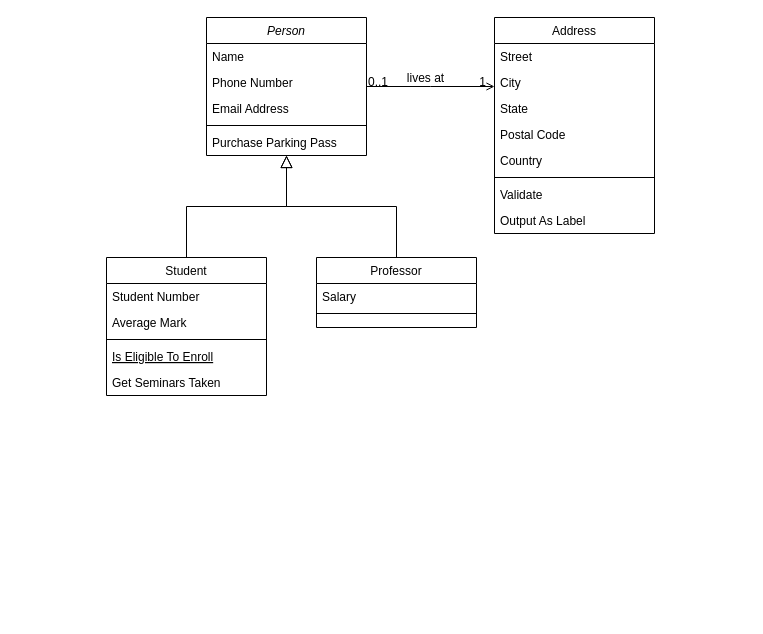
Above: Untitled Diagram.drawio in krivarola/projeto01 (draw.io), before the change. Source tidied: cells renumbered, new cells numbered last; positions are measured from the earlier drawing's top-left corner, leaving out a move shared by most shapes. Both pictures are drawn from the tidied source at 100%, with x=0, y=0 at pixel (106, 17).
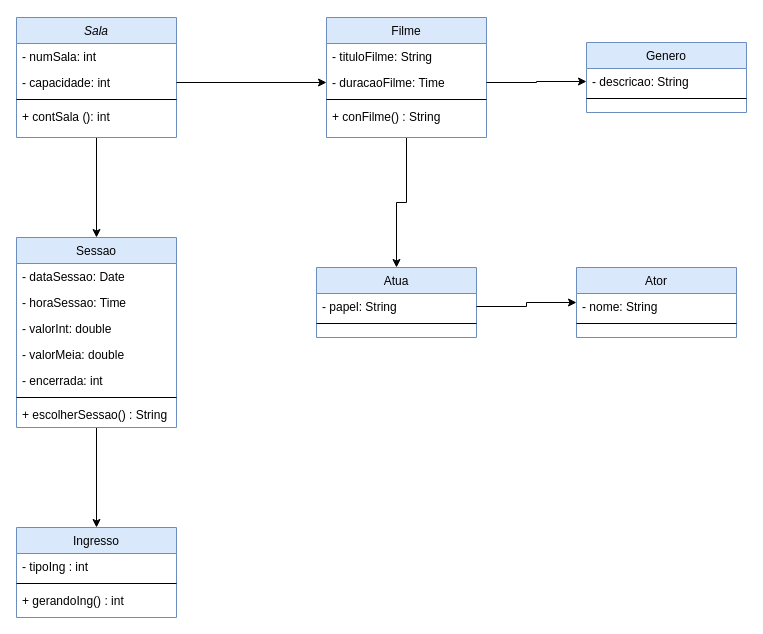
After the change.

Diff of the diagram source:
```diff
@@
+    <mxCell id="28" style="edgeStyle=orthogonalEdgeStyle;rounded=0;jettySize=auto;html=1;exitX=0.5;exitY=1;exitDx=0;exitDy=0;entryX=0.5;entryY=0;entryDx=0;entryDy=0;" parent="1" edge="1" source="2" target="19">
+      <mxGeometry relative="1" as="geometry" />
+    </mxCell>
-    <mxCell id="2" value="Person" style="swimlane;fontStyle=2;align=center;verticalAlign=top;horizontal=1;startSize=26;rounded=0;shadow=0;strokeWidth=1;" parent="1" vertex="1">
-      <mxGeometry x="100" width="160" height="138" as="geometry" />
+    <mxCell id="2" value="Sala" style="swimlane;fontStyle=2;align=center;verticalAlign=top;horizontal=1;startSize=26;rounded=0;shadow=0;strokeWidth=1;fillColor=#dae8fc;strokeColor=#6c8ebf;" parent="1" vertex="1">
+      <mxGeometry x="-90" width="160" height="120" as="geometry" />
     </mxCell>
-    <mxCell id="3" value="Name" style="text;align=left;verticalAlign=top;spacingLeft=4;spacingRight=4;overflow=hidden;" parent="2" vertex="1">
+    <mxCell id="3" value="- numSala: int" style="text;align=left;verticalAlign=top;spacingLeft=4;spacingRight=4;overflow=hidden;" parent="2" vertex="1">
       <mxGeometry y="26" width="160" height="26" as="geometry" />
     </mxCell>
-    <mxCell id="4" value="Phone Number" style="text;align=left;verticalAlign=top;spacingLeft=4;spacingRight=4;overflow=hidden;points=[[0,0.5],[1,0.5]];portConstraint=eastwest;rounded=0;shadow=0;html=0;" parent="2" vertex="1">
+    <mxCell id="4" value="- capacidade: int" style="text;align=left;verticalAlign=top;spacingLeft=4;spacingRight=4;overflow=hidden;points=[[0,0.5],[1,0.5]];portConstraint=eastwest;rounded=0;shadow=0;html=0;" parent="2" vertex="1">
       <mxGeometry y="52" width="160" height="26" as="geometry" />
     </mxCell>
-    <mxCell id="5" value="Email Address" style="text;align=left;verticalAlign=top;spacingLeft=4;spacingRight=4;overflow=hidden;rounded=0;shadow=0;html=0;" parent="2" vertex="1">
-      <mxGeometry y="78" width="160" height="26" as="geometry" />
-    </mxCell>
     <mxCell id="6" style="line;html=1;strokeWidth=1;align=left;verticalAlign=middle;spacingTop=-1;spacingLeft=3;spacingRight=3;labelPosition=right;" parent="2" vertex="1">
-      <mxGeometry y="104" width="160" height="8" as="geometry" />
+      <mxGeometry y="78" width="160" height="8" as="geometry" />
     </mxCell>
-    <mxCell id="7" value="Purchase Parking Pass" style="text;align=left;verticalAlign=top;spacingLeft=4;spacingRight=4;overflow=hidden;" parent="2" vertex="1">
-      <mxGeometry y="112" width="160" height="26" as="geometry" />
+    <mxCell id="7" value="+ contSala (): int" style="text;align=left;verticalAlign=top;spacingLeft=4;spacingRight=4;overflow=hidden;" parent="2" vertex="1">
+      <mxGeometry y="86" width="160" height="26" as="geometry" />
     </mxCell>
+    <mxCell id="32" style="edgeStyle=orthogonalEdgeStyle;rounded=0;jettySize=auto;html=1;exitX=0.5;exitY=1;exitDx=0;exitDy=0;entryX=0.5;entryY=0;entryDx=0;entryDy=0;" parent="1" edge="1" source="8" target="38">
+      <mxGeometry relative="1" as="geometry" />
+    </mxCell>
-    <mxCell id="8" value="Student" style="swimlane;fontStyle=0;align=center;verticalAlign=top;horizontal=1;startSize=26;rounded=0;shadow=0;strokeWidth=1;" parent="1" vertex="1">
-      <mxGeometry y="240" width="160" height="138" as="geometry" />
+    <mxCell id="8" value="Filme" style="swimlane;fontStyle=0;align=center;verticalAlign=top;horizontal=1;startSize=26;rounded=0;shadow=0;strokeWidth=1;fillColor=#dae8fc;strokeColor=#6c8ebf;" parent="1" vertex="1">
+      <mxGeometry x="220" width="160" height="120" as="geometry" />
     </mxCell>
-    <mxCell id="9" value="Student Number" style="text;align=left;verticalAlign=top;spacingLeft=4;spacingRight=4;overflow=hidden;" parent="8" vertex="1">
+    <mxCell id="9" value="- tituloFilme: String" style="text;align=left;verticalAlign=top;spacingLeft=4;spacingRight=4;overflow=hidden;" parent="8" vertex="1">
       <mxGeometry y="26" width="160" height="26" as="geometry" />
     </mxCell>
-    <mxCell id="10" value="Average Mark" style="text;align=left;verticalAlign=top;spacingLeft=4;spacingRight=4;overflow=hidden;points=[[0,0.5],[1,0.5]];portConstraint=eastwest;rounded=0;shadow=0;html=0;" parent="8" vertex="1">
+    <mxCell id="10" value="- duracaoFilme: Time" style="text;align=left;verticalAlign=top;spacingLeft=4;spacingRight=4;overflow=hidden;points=[[0,0.5],[1,0.5]];portConstraint=eastwest;rounded=0;shadow=0;html=0;" parent="8" vertex="1">
       <mxGeometry y="52" width="160" height="26" as="geometry" />
     </mxCell>
@@
-    <mxCell id="12" value="Is Eligible To Enroll" style="text;align=left;verticalAlign=top;spacingLeft=4;spacingRight=4;overflow=hidden;fontStyle=4;" parent="8" vertex="1">
-      <mxGeometry y="86" width="160" height="26" as="geometry" />
-    </mxCell>
-    <mxCell id="13" value="Get Seminars Taken" style="text;align=left;verticalAlign=top;spacingLeft=4;spacingRight=4;overflow=hidden;" parent="8" vertex="1">
-      <mxGeometry y="112" width="160" height="26" as="geometry" />
+    <mxCell id="13" value="+ conFilme() : String" style="text;align=left;verticalAlign=top;spacingLeft=4;spacingRight=4;overflow=hidden;" parent="8" vertex="1">
+      <mxGeometry y="86" width="160" height="26" as="geometry" />
     </mxCell>
-    <mxCell id="14" style="endArrow=block;endSize=10;endFill=0;shadow=0;strokeWidth=1;rounded=0;edgeStyle=elbowEdgeStyle;elbow=vertical;" parent="1" edge="1" source="8" target="2">
-      <mxGeometry relative="1" as="geometry" />
-    </mxCell>
-    <mxCell id="15" value="Professor" style="swimlane;fontStyle=0;align=center;verticalAlign=top;horizontal=1;startSize=26;rounded=0;shadow=0;strokeWidth=1;" parent="1" vertex="1">
-      <mxGeometry x="210" y="240" width="160" height="70" as="geometry" />
+    <mxCell id="15" value="Genero" style="swimlane;fontStyle=0;align=center;verticalAlign=top;horizontal=1;startSize=26;rounded=0;shadow=0;strokeWidth=1;fillColor=#dae8fc;strokeColor=#6c8ebf;" parent="1" vertex="1">
+      <mxGeometry x="480" y="25" width="160" height="70" as="geometry" />
     </mxCell>
-    <mxCell id="16" value="Salary" style="text;align=left;verticalAlign=top;spacingLeft=4;spacingRight=4;overflow=hidden;points=[[0,0.5],[1,0.5]];portConstraint=eastwest;" parent="15" vertex="1">
+    <mxCell id="16" value="- descricao: String" style="text;align=left;verticalAlign=top;spacingLeft=4;spacingRight=4;overflow=hidden;points=[[0,0.5],[1,0.5]];portConstraint=eastwest;" parent="15" vertex="1">
       <mxGeometry y="26" width="160" height="26" as="geometry" />
     </mxCell>
@@
-    <mxCell id="18" style="endArrow=block;endSize=10;endFill=0;shadow=0;strokeWidth=1;rounded=0;edgeStyle=elbowEdgeStyle;elbow=vertical;" parent="1" edge="1" source="15" target="2">
-      <mxGeometry relative="1" as="geometry" />
-    </mxCell>
+    <mxCell id="33" style="edgeStyle=orthogonalEdgeStyle;rounded=0;jettySize=auto;html=1;entryX=0.5;entryY=0;entryDx=0;entryDy=0;" parent="1" edge="1" source="19" target="34">
+      <mxGeometry relative="1" as="geometry" />
+    </mxCell>
-    <mxCell id="19" value="Address" style="swimlane;fontStyle=0;align=center;verticalAlign=top;horizontal=1;startSize=26;rounded=0;shadow=0;strokeWidth=1;" parent="1" vertex="1">
-      <mxGeometry x="388" width="160" height="216" as="geometry" />
+    <mxCell id="19" value="Sessao" style="swimlane;fontStyle=0;align=center;verticalAlign=top;horizontal=1;startSize=26;rounded=0;shadow=0;strokeWidth=1;fillColor=#dae8fc;strokeColor=#6c8ebf;" parent="1" vertex="1">
+      <mxGeometry x="-90" y="220" width="160" height="190" as="geometry" />
     </mxCell>
-    <mxCell id="20" value="Street" style="text;align=left;verticalAlign=top;spacingLeft=4;spacingRight=4;overflow=hidden;" parent="19" vertex="1">
+    <mxCell id="20" value="- dataSessao: Date" style="text;align=left;verticalAlign=top;spacingLeft=4;spacingRight=4;overflow=hidden;" parent="19" vertex="1">
       <mxGeometry y="26" width="160" height="26" as="geometry" />
     </mxCell>
-    <mxCell id="21" value="City" style="text;align=left;verticalAlign=top;spacingLeft=4;spacingRight=4;overflow=hidden;rounded=0;shadow=0;html=0;" parent="19" vertex="1">
+    <mxCell id="21" value="- horaSessao: Time" style="text;align=left;verticalAlign=top;spacingLeft=4;spacingRight=4;overflow=hidden;rounded=0;shadow=0;html=0;" parent="19" vertex="1">
       <mxGeometry y="52" width="160" height="26" as="geometry" />
     </mxCell>
-    <mxCell id="22" value="State" style="text;align=left;verticalAlign=top;spacingLeft=4;spacingRight=4;overflow=hidden;rounded=0;shadow=0;html=0;" parent="19" vertex="1">
+    <mxCell id="22" value="- valorInt: double" style="text;align=left;verticalAlign=top;spacingLeft=4;spacingRight=4;overflow=hidden;rounded=0;shadow=0;html=0;" parent="19" vertex="1">
       <mxGeometry y="78" width="160" height="26" as="geometry" />
     </mxCell>
-    <mxCell id="23" value="Postal Code" style="text;align=left;verticalAlign=top;spacingLeft=4;spacingRight=4;overflow=hidden;rounded=0;shadow=0;html=0;" parent="19" vertex="1">
+    <mxCell id="23" value="- valorMeia: double" style="text;align=left;verticalAlign=top;spacingLeft=4;spacingRight=4;overflow=hidden;rounded=0;shadow=0;html=0;" parent="19" vertex="1">
       <mxGeometry y="104" width="160" height="26" as="geometry" />
     </mxCell>
-    <mxCell id="24" value="Country" style="text;align=left;verticalAlign=top;spacingLeft=4;spacingRight=4;overflow=hidden;rounded=0;shadow=0;html=0;" parent="19" vertex="1">
+    <mxCell id="24" value="- encerrada: int" style="text;align=left;verticalAlign=top;spacingLeft=4;spacingRight=4;overflow=hidden;rounded=0;shadow=0;html=0;" parent="19" vertex="1">
       <mxGeometry y="130" width="160" height="26" as="geometry" />
     </mxCell>
@@
-    <mxCell id="26" value="Validate" style="text;align=left;verticalAlign=top;spacingLeft=4;spacingRight=4;overflow=hidden;" parent="19" vertex="1">
+    <mxCell id="26" value="+ escolherSessao() : String" style="text;align=left;verticalAlign=top;spacingLeft=4;spacingRight=4;overflow=hidden;" parent="19" vertex="1">
       <mxGeometry y="164" width="160" height="26" as="geometry" />
     </mxCell>
-    <mxCell id="27" value="Output As Label" style="text;align=left;verticalAlign=top;spacingLeft=4;spacingRight=4;overflow=hidden;" parent="19" vertex="1">
-      <mxGeometry y="190" width="160" height="26" as="geometry" />
-    </mxCell>
-    <mxCell id="28" style="endArrow=open;shadow=0;strokeWidth=1;rounded=0;endFill=1;edgeStyle=elbowEdgeStyle;elbow=vertical;" parent="1" edge="1" source="2" target="19">
-      <mxGeometry x="0.5" y="41" relative="1" as="geometry">
-        <mxPoint x="-40" y="32" as="offset" />
-      </mxGeometry>
-    </mxCell>
-    <mxCell id="29" value="0..1" style="align=left;verticalAlign=bottom;labelBackgroundColor=none;fontSize=12;" parent="28" vertex="1">
-      <mxGeometry x="-1" relative="1" as="geometry">
-        <mxPoint y="4" as="offset" />
-      </mxGeometry>
-    </mxCell>
-    <mxCell id="30" value="1" style="align=right;verticalAlign=bottom;labelBackgroundColor=none;fontSize=12;" parent="28" vertex="1">
-      <mxGeometry x="1" relative="1" as="geometry">
-        <mxPoint x="-7" y="4" as="offset" />
-      </mxGeometry>
-    </mxCell>
-    <mxCell id="31" value="lives at" style="text;html=1;align=center;verticalAlign=middle;labelBackgroundColor=none;rounded=0;shadow=0;strokeWidth=1;fontSize=12;" parent="28" vertex="1">
-      <mxGeometry x="0.5" y="49" relative="1" as="geometry">
-        <mxPoint x="-38" y="40" as="offset" />
-      </mxGeometry>
-    </mxCell>
+    <mxCell id="34" value="Ingresso" style="swimlane;fontStyle=0;align=center;verticalAlign=top;horizontal=1;startSize=26;rounded=0;shadow=0;strokeWidth=1;fillColor=#dae8fc;strokeColor=#6c8ebf;" parent="1" vertex="1">
+      <mxGeometry x="-90" y="510" width="160" height="90" as="geometry" />
+    </mxCell>
+    <mxCell id="35" value="- tipoIng : int" style="text;align=left;verticalAlign=top;spacingLeft=4;spacingRight=4;overflow=hidden;" parent="34" vertex="1">
+      <mxGeometry y="26" width="160" height="26" as="geometry" />
+    </mxCell>
+    <mxCell id="36" style="line;html=1;strokeWidth=1;align=left;verticalAlign=middle;spacingTop=-1;spacingLeft=3;spacingRight=3;labelPosition=right;" parent="34" vertex="1">
+      <mxGeometry y="52" width="160" height="8" as="geometry" />
+    </mxCell>
+    <mxCell id="37" value="+ gerandoIng() : int" style="text;align=left;verticalAlign=top;spacingLeft=4;spacingRight=4;overflow=hidden;" parent="34" vertex="1">
+      <mxGeometry y="60" width="160" height="26" as="geometry" />
+    </mxCell>
+    <mxCell id="38" value="Atua" style="swimlane;fontStyle=0;align=center;verticalAlign=top;horizontal=1;startSize=26;rounded=0;shadow=0;strokeWidth=1;fillColor=#dae8fc;strokeColor=#6c8ebf;" parent="1" vertex="1">
+      <mxGeometry x="210" y="250" width="160" height="70" as="geometry" />
+    </mxCell>
+    <mxCell id="39" value="- papel: String" style="text;align=left;verticalAlign=top;spacingLeft=4;spacingRight=4;overflow=hidden;points=[[0,0.5],[1,0.5]];portConstraint=eastwest;" parent="38" vertex="1">
+      <mxGeometry y="26" width="160" height="26" as="geometry" />
+    </mxCell>
+    <mxCell id="40" style="line;html=1;strokeWidth=1;align=left;verticalAlign=middle;spacingTop=-1;spacingLeft=3;spacingRight=3;labelPosition=right;" parent="38" vertex="1">
+      <mxGeometry y="52" width="160" height="8" as="geometry" />
+    </mxCell>
+    <mxCell id="41" value="Ator" style="swimlane;fontStyle=0;align=center;verticalAlign=top;horizontal=1;startSize=26;rounded=0;shadow=0;strokeWidth=1;fillColor=#dae8fc;strokeColor=#6c8ebf;" parent="1" vertex="1">
+      <mxGeometry x="470" y="250" width="160" height="70" as="geometry" />
+    </mxCell>
+    <mxCell id="42" value="- nome: String" style="text;align=left;verticalAlign=top;spacingLeft=4;spacingRight=4;overflow=hidden;" parent="41" vertex="1">
+      <mxGeometry y="26" width="160" height="26" as="geometry" />
+    </mxCell>
+    <mxCell id="43" style="line;html=1;strokeWidth=1;align=left;verticalAlign=middle;spacingTop=-1;spacingLeft=3;spacingRight=3;labelPosition=right;" parent="41" vertex="1">
+      <mxGeometry y="52" width="160" height="8" as="geometry" />
+    </mxCell>
+    <mxCell id="44" style="edgeStyle=orthogonalEdgeStyle;rounded=0;jettySize=auto;html=1;exitX=1;exitY=0.5;exitDx=0;exitDy=0;entryX=0;entryY=0.5;entryDx=0;entryDy=0;" parent="1" edge="1" source="39" target="41">
+      <mxGeometry relative="1" as="geometry" />
+    </mxCell>
+    <mxCell id="45" style="edgeStyle=orthogonalEdgeStyle;rounded=0;jettySize=auto;html=1;exitX=1;exitY=0.5;exitDx=0;exitDy=0;entryX=0;entryY=0.5;entryDx=0;entryDy=0;" parent="1" edge="1" source="10" target="16">
+      <mxGeometry relative="1" as="geometry" />
+    </mxCell>
+    <mxCell id="46" style="edgeStyle=orthogonalEdgeStyle;rounded=0;jettySize=auto;html=1;exitX=1;exitY=0.5;exitDx=0;exitDy=0;entryX=0;entryY=0.5;entryDx=0;entryDy=0;" parent="1" edge="1" source="4" target="10">
+      <mxGeometry relative="1" as="geometry" />
+    </mxCell>
```
